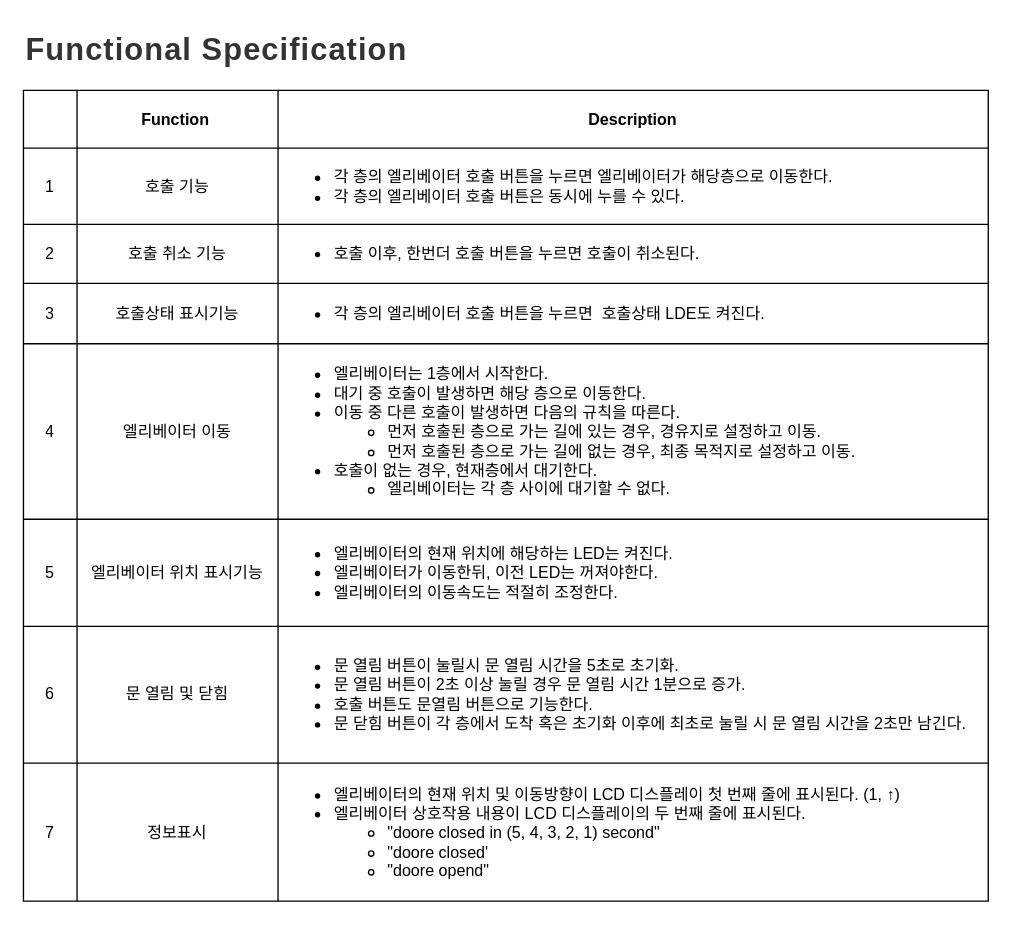
Before: elevatorOneDay.drawio in JangHyeongJun-0523/IoT_Project, a draw.io diagram. Source tidied: cells renumbered, new cells numbered last; positions are measured from the earlier drawing's top-left corner, leaving out a move shared by most shapes. Both pictures are drawn from the tidied source at 134%, with x=0, y=0 at pixel (23, 23).
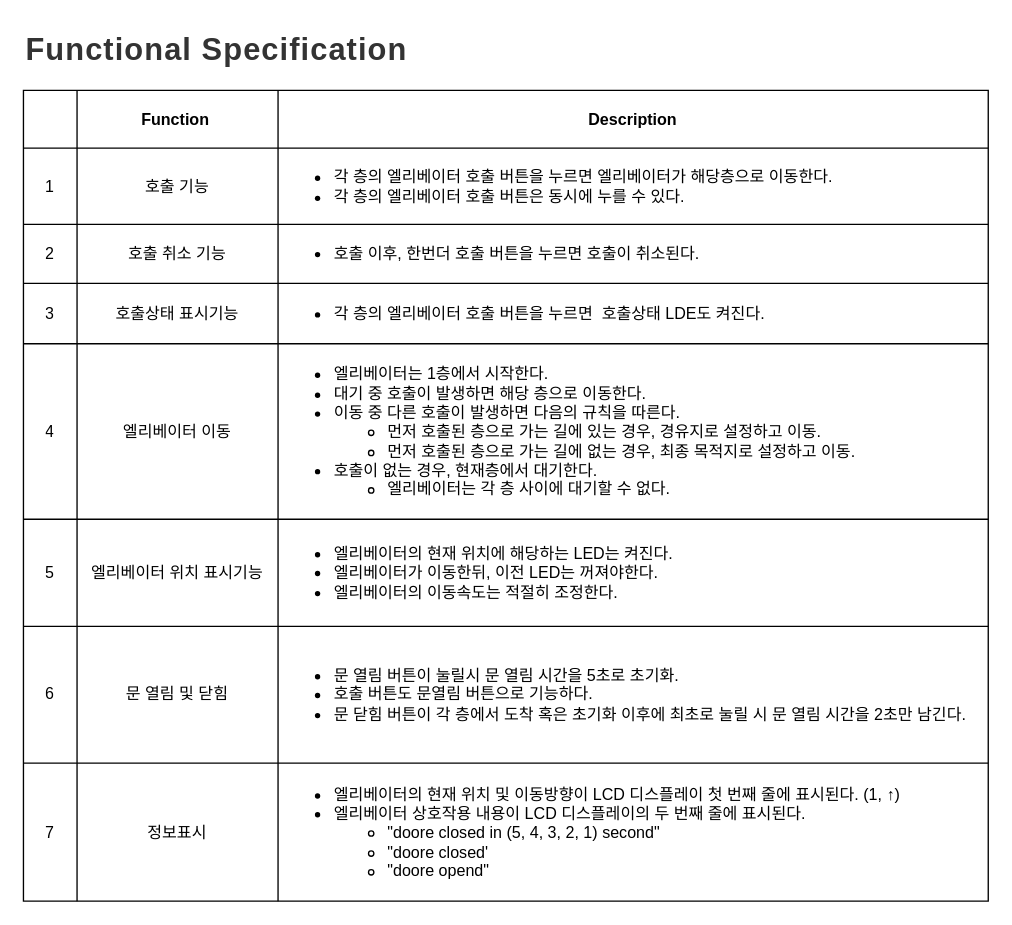
The same page after the edit.

The change refers to these unchanged cells:
```xml
<mxCell id="27" style="shape=tableRow;horizontal=0;startSize=0;swimlaneHead=0;swimlaneBody=0;strokeColor=inherit;top=0;left=0;bottom=0;right=0;fillColor=none;" parent="2" vertex="1">
  <mxGeometry y="400" width="720" height="102" as="geometry" />
</mxCell>
```

What changed in the source:
```diff
@@
-    <mxCell id="30" value="&lt;ul&gt;&lt;li&gt;문 열림 버튼이 눌릴시 문 열림 시간을 5초로 초기화.&lt;/li&gt;&lt;li&gt;문 열림 버튼이 2초 이상 눌릴 경우 문 열림 시간 1분으로 증가.&lt;/li&gt;&lt;li&gt;호출 버튼도 문열림 버튼으로 기능한다.&lt;/li&gt;&lt;li&gt;문 닫힘 버튼이 각 층에서 도착 혹은 초기화 이후에 최초로 눌릴 시 문 열림 시간을 2초만 남긴다.&amp;nbsp;&lt;/li&gt;&lt;/ul&gt;" style="shape=partialRectangle;html=1;whiteSpace=wrap;strokeColor=inherit;overflow=hidden;fillColor=none;top=0;left=0;bottom=0;right=0;align=left;" parent="27" vertex="1">
+    <mxCell id="30" value="&lt;ul&gt;&lt;li&gt;문 열림 버튼이 눌릴시 문 열림 시간을 5초로 초기화.&lt;/li&gt;&lt;li&gt;호출 버튼도 문열림 버튼으로 기능하다.&lt;/li&gt;&lt;li&gt;문 닫힘 버튼이 각 층에서 도착 혹은 초기화 이후에 최초로 눌릴 시 문 열림 시간을 2초만 남긴다.&amp;nbsp;&lt;/li&gt;&lt;/ul&gt;" style="shape=partialRectangle;html=1;whiteSpace=wrap;strokeColor=inherit;overflow=hidden;fillColor=none;top=0;left=0;bottom=0;right=0;align=left;" parent="27" vertex="1">
       <mxGeometry x="190" width="530" height="102" as="geometry" />
     </mxCell>
```
